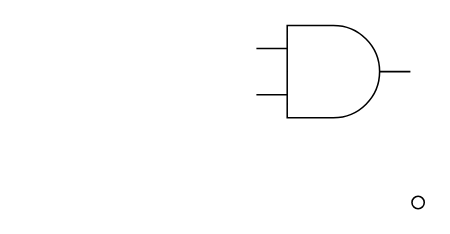
This is 名称未設定ファイル.drawio from 21km43/drawio, a draw.io file, before an edit. Source tidied: cells renumbered, new cells numbered last; positions are measured from the earlier drawing's top-left corner, leaving out a move shared by most shapes. Both pictures are drawn from the tidied source at 154%, with x=0, y=0 at pixel (256, 25).
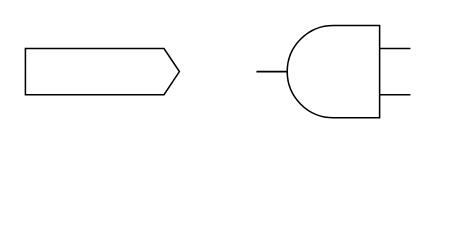
The same page after the edit.

Commit message (it also covers changes not shown here):
名称未設定ファイル.drawio を更新します

The edit, as a diff of the source:
```diff
@@
 <mxGraphModel>
   <root>
     <mxCell id="0" />
     <mxCell id="1" parent="0" />
-    <mxCell id="2" style="verticalLabelPosition=bottom;shadow=0;dashed=0;align=center;html=1;verticalAlign=top;shape=mxgraph.electrical.logic_gates.logic_gate;operation=and;" parent="1" vertex="1">
+    <mxCell id="2" style="verticalLabelPosition=bottom;shadow=0;dashed=0;align=center;html=1;verticalAlign=top;shape=mxgraph.electrical.logic_gates.logic_gate;operation=and;direction=west;" parent="1" vertex="1">
       <mxGeometry width="100" height="60" as="geometry" />
     </mxCell>
-    <mxCell id="3" style="verticalLabelPosition=bottom;shadow=0;dashed=0;align=center;html=1;verticalAlign=top;shape=mxgraph.electrical.logic_gates.inverting_contact;" parent="1" vertex="1">
-      <mxGeometry x="100" y="110" width="10" height="10" as="geometry" />
-    </mxCell>
+    <mxCell id="4" style="html=1;shadow=0;dashed=0;align=center;verticalAlign=middle;shape=mxgraph.arrows2.arrow;dy=0;dx=10;notch=0;" parent="1" vertex="1">
+      <mxGeometry x="-150" y="15" width="100" height="30" as="geometry" />
+    </mxCell>
   </root>
 </mxGraphModel>
```
